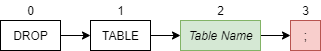
This is src/files/assets/helpscreen/DropTableDiagram.png from DeliciousWaffle/MastersProject, a draw.io export, as it was before one commit. Source tidied: cells renumbered, new cells last; positions are measured from the earlier drawing's top-left corner, leaving out a move shared by most shapes. The source it was exported from:
```xml
<mxGraphModel>
  <root>
    <mxCell id="0" />
    <mxCell id="1" parent="0" />
    <mxCell id="2" style="edgeStyle=orthogonalEdgeStyle;rounded=0;jettySize=auto;html=1;exitX=1;exitY=0.5;exitDx=0;exitDy=0;entryX=0;entryY=0.5;entryDx=0;entryDy=0;" parent="1" edge="1" source="3" target="6">
      <mxGeometry relative="1" as="geometry" />
    </mxCell>
    <mxCell id="3" value="DROP" style="html=1;" parent="1" vertex="1">
      <mxGeometry y="20" width="60" height="30" as="geometry" />
    </mxCell>
    <mxCell id="4" value="0" style="text;html=1;align=center;verticalAlign=middle;" parent="1" vertex="1">
      <mxGeometry x="20" width="20" height="20" as="geometry" />
    </mxCell>
    <mxCell id="5" style="edgeStyle=orthogonalEdgeStyle;rounded=0;jettySize=auto;html=1;exitX=1;exitY=0.5;exitDx=0;exitDy=0;entryX=0;entryY=0.5;entryDx=0;entryDy=0;" parent="1" edge="1" source="6" target="9">
      <mxGeometry relative="1" as="geometry" />
    </mxCell>
    <mxCell id="6" value="TABLE" style="html=1;" parent="1" vertex="1">
      <mxGeometry x="90" y="20" width="60" height="30" as="geometry" />
    </mxCell>
    <mxCell id="7" value="1" style="text;html=1;align=center;verticalAlign=middle;" parent="1" vertex="1">
      <mxGeometry x="110" width="20" height="20" as="geometry" />
    </mxCell>
    <mxCell id="8" style="edgeStyle=orthogonalEdgeStyle;rounded=0;jettySize=auto;html=1;exitX=1;exitY=0.5;exitDx=0;exitDy=0;entryX=0;entryY=0.5;entryDx=0;entryDy=0;" parent="1" edge="1" source="9" target="11">
      <mxGeometry relative="1" as="geometry" />
    </mxCell>
    <mxCell id="9" value="&lt;i&gt;Table Name&lt;/i&gt;" style="html=1;fillColor=#d5e8d4;strokeColor=#82b366;" parent="1" vertex="1">
      <mxGeometry x="180" y="20" width="80" height="30" as="geometry" />
    </mxCell>
    <mxCell id="10" value="2" style="text;html=1;align=center;verticalAlign=middle;" parent="1" vertex="1">
      <mxGeometry x="210" width="20" height="20" as="geometry" />
    </mxCell>
    <mxCell id="11" value=";" style="html=1;fillColor=#f8cecc;strokeColor=#b85450;" parent="1" vertex="1">
      <mxGeometry x="290" y="20" width="30" height="30" as="geometry" />
    </mxCell>
    <mxCell id="12" value="3" style="text;html=1;align=center;verticalAlign=middle;" parent="1" vertex="1">
      <mxGeometry x="295" width="20" height="20" as="geometry" />
    </mxCell>
  </root>
</mxGraphModel>
```
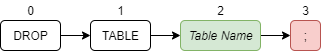
Later version of the same file.

Change to the diagram source:
```diff
@@ -2,37 +2,37 @@
   <root>
     <mxCell id="0" />
     <mxCell id="1" parent="0" />
-    <mxCell id="2" style="edgeStyle=orthogonalEdgeStyle;rounded=0;jettySize=auto;html=1;exitX=1;exitY=0.5;exitDx=0;exitDy=0;entryX=0;entryY=0.5;entryDx=0;entryDy=0;" parent="1" edge="1" source="3" target="6">
+    <mxCell id="2" style="edgeStyle=orthogonalEdgeStyle;jettySize=auto;html=1;exitX=1;exitY=0.5;exitDx=0;exitDy=0;entryX=0;entryY=0.5;entryDx=0;entryDy=0;" parent="1" edge="1" source="3" target="6">
       <mxGeometry relative="1" as="geometry" />
     </mxCell>
-    <mxCell id="3" value="DROP" style="html=1;" parent="1" vertex="1">
+    <mxCell id="3" value="DROP" style="html=1;rounded=1;" parent="1" vertex="1">
       <mxGeometry y="20" width="60" height="30" as="geometry" />
     </mxCell>
-    <mxCell id="4" value="0" style="text;html=1;align=center;verticalAlign=middle;" parent="1" vertex="1">
+    <mxCell id="4" value="0" style="text;html=1;align=center;verticalAlign=middle;rounded=1;" parent="1" vertex="1">
       <mxGeometry x="20" width="20" height="20" as="geometry" />
     </mxCell>
-    <mxCell id="5" style="edgeStyle=orthogonalEdgeStyle;rounded=0;jettySize=auto;html=1;exitX=1;exitY=0.5;exitDx=0;exitDy=0;entryX=0;entryY=0.5;entryDx=0;entryDy=0;" parent="1" edge="1" source="6" target="9">
+    <mxCell id="5" style="edgeStyle=orthogonalEdgeStyle;jettySize=auto;html=1;exitX=1;exitY=0.5;exitDx=0;exitDy=0;entryX=0;entryY=0.5;entryDx=0;entryDy=0;" parent="1" edge="1" source="6" target="9">
       <mxGeometry relative="1" as="geometry" />
     </mxCell>
-    <mxCell id="6" value="TABLE" style="html=1;" parent="1" vertex="1">
+    <mxCell id="6" value="TABLE" style="html=1;rounded=1;" parent="1" vertex="1">
       <mxGeometry x="90" y="20" width="60" height="30" as="geometry" />
     </mxCell>
-    <mxCell id="7" value="1" style="text;html=1;align=center;verticalAlign=middle;" parent="1" vertex="1">
+    <mxCell id="7" value="1" style="text;html=1;align=center;verticalAlign=middle;rounded=1;" parent="1" vertex="1">
       <mxGeometry x="110" width="20" height="20" as="geometry" />
     </mxCell>
-    <mxCell id="8" style="edgeStyle=orthogonalEdgeStyle;rounded=0;jettySize=auto;html=1;exitX=1;exitY=0.5;exitDx=0;exitDy=0;entryX=0;entryY=0.5;entryDx=0;entryDy=0;" parent="1" edge="1" source="9" target="11">
+    <mxCell id="8" style="edgeStyle=orthogonalEdgeStyle;jettySize=auto;html=1;exitX=1;exitY=0.5;exitDx=0;exitDy=0;entryX=0;entryY=0.5;entryDx=0;entryDy=0;" parent="1" edge="1" source="9" target="11">
       <mxGeometry relative="1" as="geometry" />
     </mxCell>
-    <mxCell id="9" value="&lt;i&gt;Table Name&lt;/i&gt;" style="html=1;fillColor=#d5e8d4;strokeColor=#82b366;" parent="1" vertex="1">
+    <mxCell id="9" value="&lt;i&gt;Table Name&lt;/i&gt;" style="html=1;fillColor=#d5e8d4;strokeColor=#82b366;rounded=1;" parent="1" vertex="1">
       <mxGeometry x="180" y="20" width="80" height="30" as="geometry" />
     </mxCell>
-    <mxCell id="10" value="2" style="text;html=1;align=center;verticalAlign=middle;" parent="1" vertex="1">
+    <mxCell id="10" value="2" style="text;html=1;align=center;verticalAlign=middle;rounded=1;" parent="1" vertex="1">
       <mxGeometry x="210" width="20" height="20" as="geometry" />
     </mxCell>
-    <mxCell id="11" value=";" style="html=1;fillColor=#f8cecc;strokeColor=#b85450;" parent="1" vertex="1">
+    <mxCell id="11" value=";" style="html=1;fillColor=#f8cecc;strokeColor=#b85450;rounded=1;" parent="1" vertex="1">
       <mxGeometry x="290" y="20" width="30" height="30" as="geometry" />
     </mxCell>
-    <mxCell id="12" value="3" style="text;html=1;align=center;verticalAlign=middle;" parent="1" vertex="1">
+    <mxCell id="12" value="3" style="text;html=1;align=center;verticalAlign=middle;rounded=1;" parent="1" vertex="1">
       <mxGeometry x="295" width="20" height="20" as="geometry" />
     </mxCell>
   </root>
```
